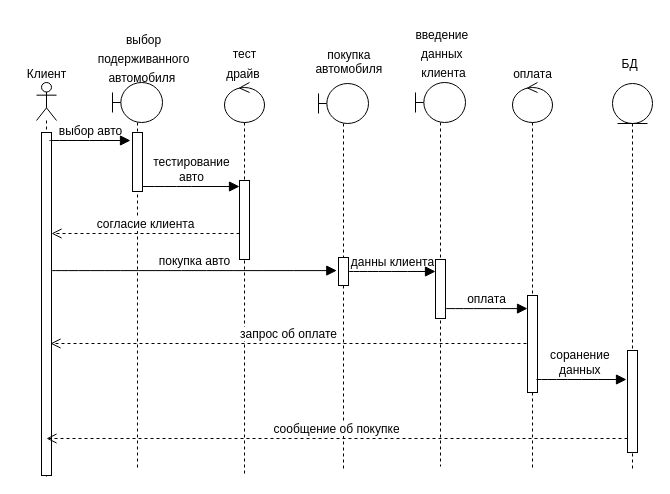
This is page "Page-3" (3 of 4) of Untitled Diagram.drawio from mati-tech/draw.io, a draw.io file, before an edit. Source tidied: cells renumbered, new cells numbered last; positions are measured from the earlier drawing's top-left corner, leaving out a move shared by most shapes. Both pictures are drawn from the tidied source at 100%, with x=0, y=0 at pixel (17, 17).
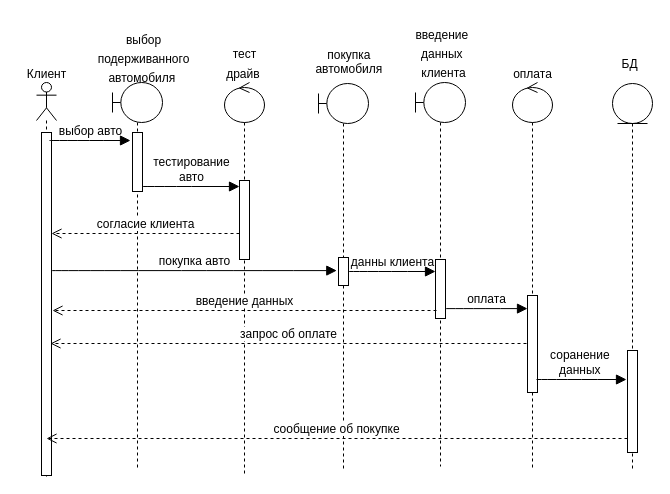
The same page after the edit.

Change to the diagram source:
```diff
@@
+    <mxCell id="32" value="введение данных" style="html=1;verticalAlign=bottom;endArrow=open;dashed=1;endSize=8;curved=0;rounded=0;fontSize=12;entryX=1;entryY=0.484;entryDx=0;entryDy=0;entryPerimeter=0;" parent="1" edge="1">
+      <mxGeometry relative="1" as="geometry">
+        <mxPoint x="419" y="293" as="sourcePoint" />
+        <mxPoint x="35" y="293" as="targetPoint" />
+      </mxGeometry>
+    </mxCell>
```
